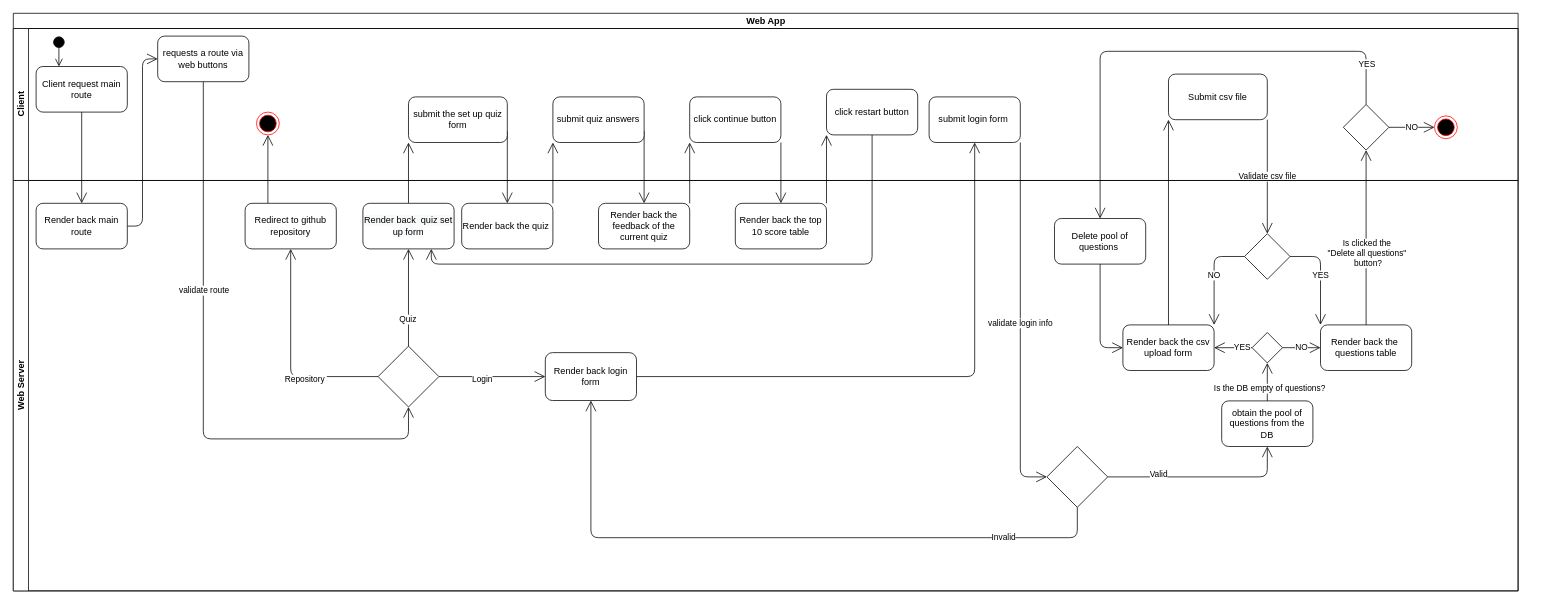
Before: img/process-view.drawio in FelipeOsornio/QuizApp, a draw.io diagram. Source tidied: cells renumbered, new cells numbered last; positions are measured from the earlier drawing's top-left corner, leaving out a move shared by most shapes. Both pictures are drawn from the tidied source at 76%, with x=0, y=0 at pixel (13, 13).
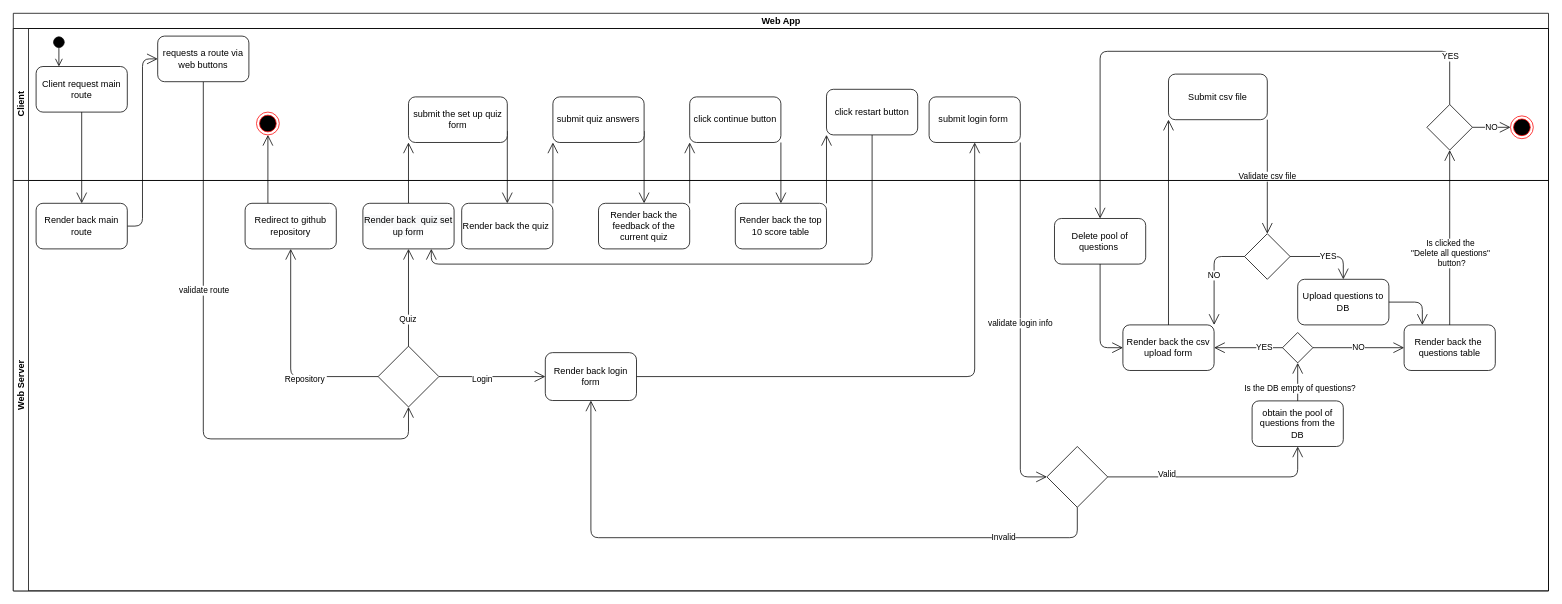
The same diagram, later.

Unchanged cells that the change refers to:
```xml
<mxCell id="49" value="Delete pool of questions&amp;nbsp;" style="rounded=1;whiteSpace=wrap;html=1;" parent="36" vertex="1">
  <mxGeometry x="1370" y="50" width="120" height="60" as="geometry" />
</mxCell>
<mxCell id="55" style="rhombus;whiteSpace=wrap;html=1;" parent="36" vertex="1">
  <mxGeometry x="1620" y="70" width="60" height="60" as="geometry" />
</mxCell>
```

Diff of the diagram source:
```diff
@@
     <mxCell id="2" value="Web App" style="swimlane;html=1;horizontal=1;startSize=20;" parent="1" vertex="1">
-      <mxGeometry width="1980" height="760" as="geometry" />
+      <mxGeometry width="2020" height="760" as="geometry" />
     </mxCell>
@@
     <mxCell id="22" value="Client" style="swimlane;html=1;startSize=20;horizontal=0;" parent="2" vertex="1">
-      <mxGeometry y="20" width="1980" height="200" as="geometry" />
+      <mxGeometry y="20" width="2020" height="200" as="geometry" />
     </mxCell>
@@
-    <mxCell id="27" style="ellipse;html=1;shape=endState;fillColor=#000000;strokeColor=#ff0000;" parent="22" vertex="1">
-      <mxGeometry x="1870" y="115" width="30" height="30" as="geometry" />
-    </mxCell>
-    <mxCell id="28" style="rhombus;whiteSpace=wrap;html=1;" parent="22" vertex="1">
-      <mxGeometry x="1750" y="100" width="60" height="60" as="geometry" />
-    </mxCell>
@@
+    <mxCell id="27" style="ellipse;html=1;shape=endState;fillColor=#000000;strokeColor=#ff0000;" parent="22" vertex="1">
+      <mxGeometry x="1970" y="115" width="30" height="30" as="geometry" />
+    </mxCell>
+    <mxCell id="28" style="rhombus;whiteSpace=wrap;html=1;" parent="22" vertex="1">
+      <mxGeometry x="1860" y="100" width="60" height="60" as="geometry" />
+    </mxCell>
     <mxCell id="36" value="Web Server" style="swimlane;html=1;startSize=20;horizontal=0;" parent="2" vertex="1">
-      <mxGeometry y="220" width="1980" height="540" as="geometry" />
+      <mxGeometry y="220" width="2020" height="540" as="geometry" />
     </mxCell>
@@
+    <mxCell id="72" value="Upload questions to DB" style="rounded=1;whiteSpace=wrap;html=1;" parent="36" vertex="1">
+      <mxGeometry x="1690" y="130" width="120" height="60" as="geometry" />
+    </mxCell>
+    <mxCell id="59" value="Render back the&amp;nbsp; questions table" style="rounded=1;whiteSpace=wrap;html=1;" parent="36" vertex="1">
+      <mxGeometry x="1830" y="190" width="120" height="60" as="geometry" />
+    </mxCell>
+    <mxCell id="58" style="rhombus;whiteSpace=wrap;html=1;" parent="36" vertex="1">
+      <mxGeometry x="1670" y="200" width="40" height="40" as="geometry" />
+    </mxCell>
@@
+    <mxCell id="60" value="obtain the pool of questions from the DB" style="rounded=1;whiteSpace=wrap;html=1;" parent="36" vertex="1">
+      <mxGeometry x="1630" y="290" width="120" height="60" as="geometry" />
+    </mxCell>
@@
-    <mxCell id="56" value="YES" style="endArrow=open;endFill=1;endSize=12;html=1;exitX=1;exitY=0.5;exitDx=0;exitDy=0;entryX=0;entryY=0;entryDx=0;entryDy=0;edgeStyle=orthogonalEdgeStyle;" parent="36" edge="1" source="55" target="59">
+    <mxCell id="56" value="YES" style="endArrow=open;endFill=1;endSize=12;html=1;exitX=1;exitY=0.5;exitDx=0;exitDy=0;entryX=0.5;entryY=0;entryDx=0;entryDy=0;edgeStyle=orthogonalEdgeStyle;" parent="36" edge="1" source="55" target="72">
       <mxGeometry relative="1" as="geometry" />
     </mxCell>
@@
-    <mxCell id="58" style="rhombus;whiteSpace=wrap;html=1;" parent="36" vertex="1">
-      <mxGeometry x="1630" y="200" width="40" height="40" as="geometry" />
-    </mxCell>
-    <mxCell id="59" value="Render back the&amp;nbsp; questions table" style="rounded=1;whiteSpace=wrap;html=1;" parent="36" vertex="1">
-      <mxGeometry x="1720" y="190" width="120" height="60" as="geometry" />
-    </mxCell>
-    <mxCell id="60" value="obtain the pool of questions from the DB" style="rounded=1;whiteSpace=wrap;html=1;" parent="36" vertex="1">
-      <mxGeometry x="1590" y="290" width="120" height="60" as="geometry" />
-    </mxCell>
@@
+    <mxCell id="73" style="endArrow=open;endFill=1;endSize=12;html=1;entryX=0.2;entryY=0;entryDx=0;entryDy=0;entryPerimeter=0;exitX=1;exitY=0.5;exitDx=0;exitDy=0;edgeStyle=orthogonalEdgeStyle;" parent="36" edge="1" source="72" target="59">
+      <mxGeometry relative="1" as="geometry" />
+    </mxCell>
     <mxCell id="70" style="endArrow=open;endFill=1;endSize=12;html=1;entryX=0.5;entryY=0;entryDx=0;entryDy=0;exitX=0.5;exitY=0;exitDx=0;exitDy=0;edgeStyle=orthogonalEdgeStyle;" parent="2" edge="1" source="28" target="49">
       <mxGeometry relative="1" as="geometry">
         <Array as="points">
-          <mxPoint x="1780" y="50" />
+          <mxPoint x="1890" y="50" />
           <mxPoint x="1430" y="50" />
         </Array>
       </mxGeometry>
     </mxCell>
```
